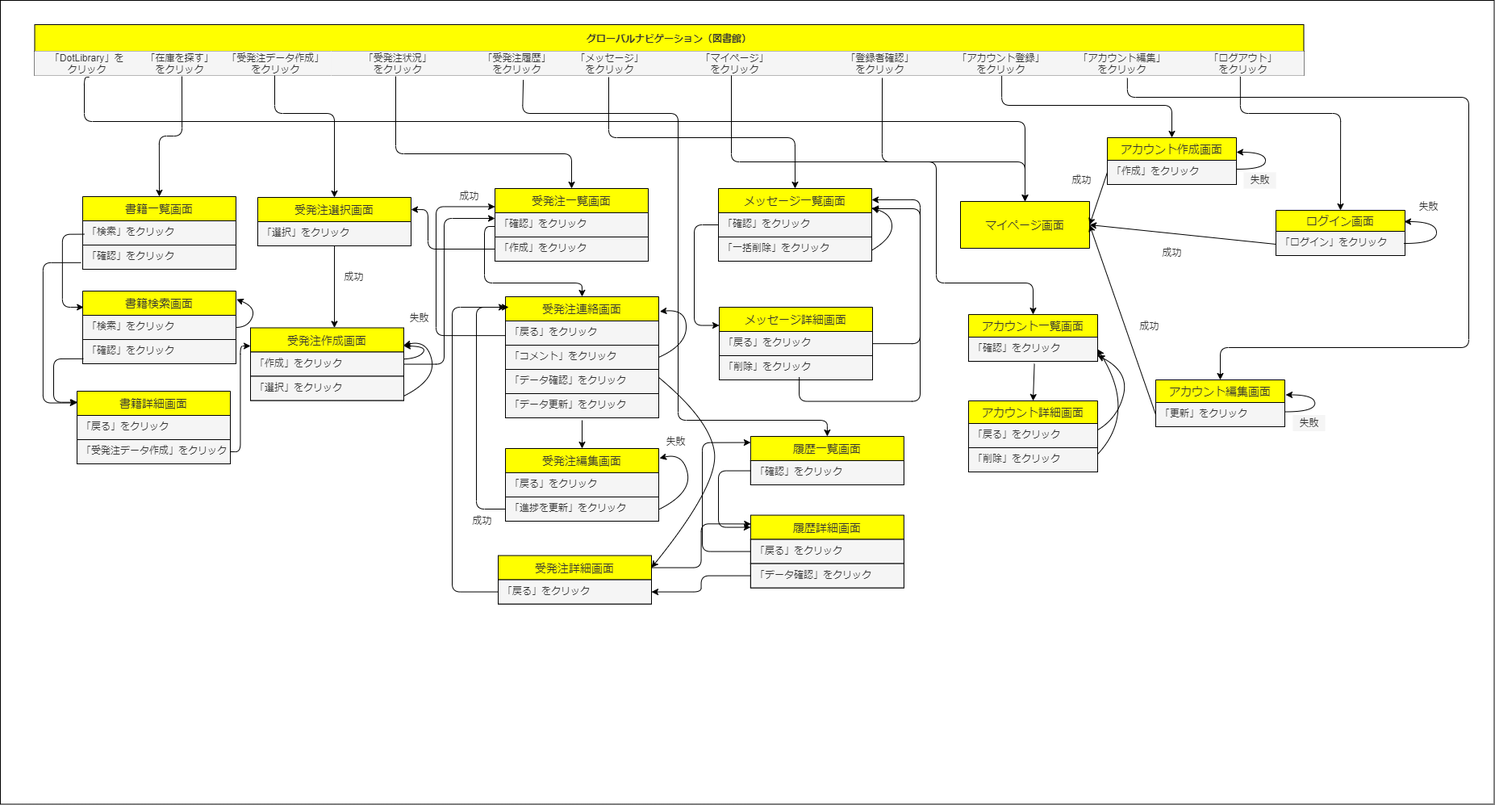
Before: DotLibrary_ScrTra_library.png, a diagram exported from draw.io (yoshihiro-kawabata/DotLibrary). Source tidied: cells renumbered, new cells last; positions are measured from the earlier drawing's top-left corner, leaving out a move shared by most shapes.
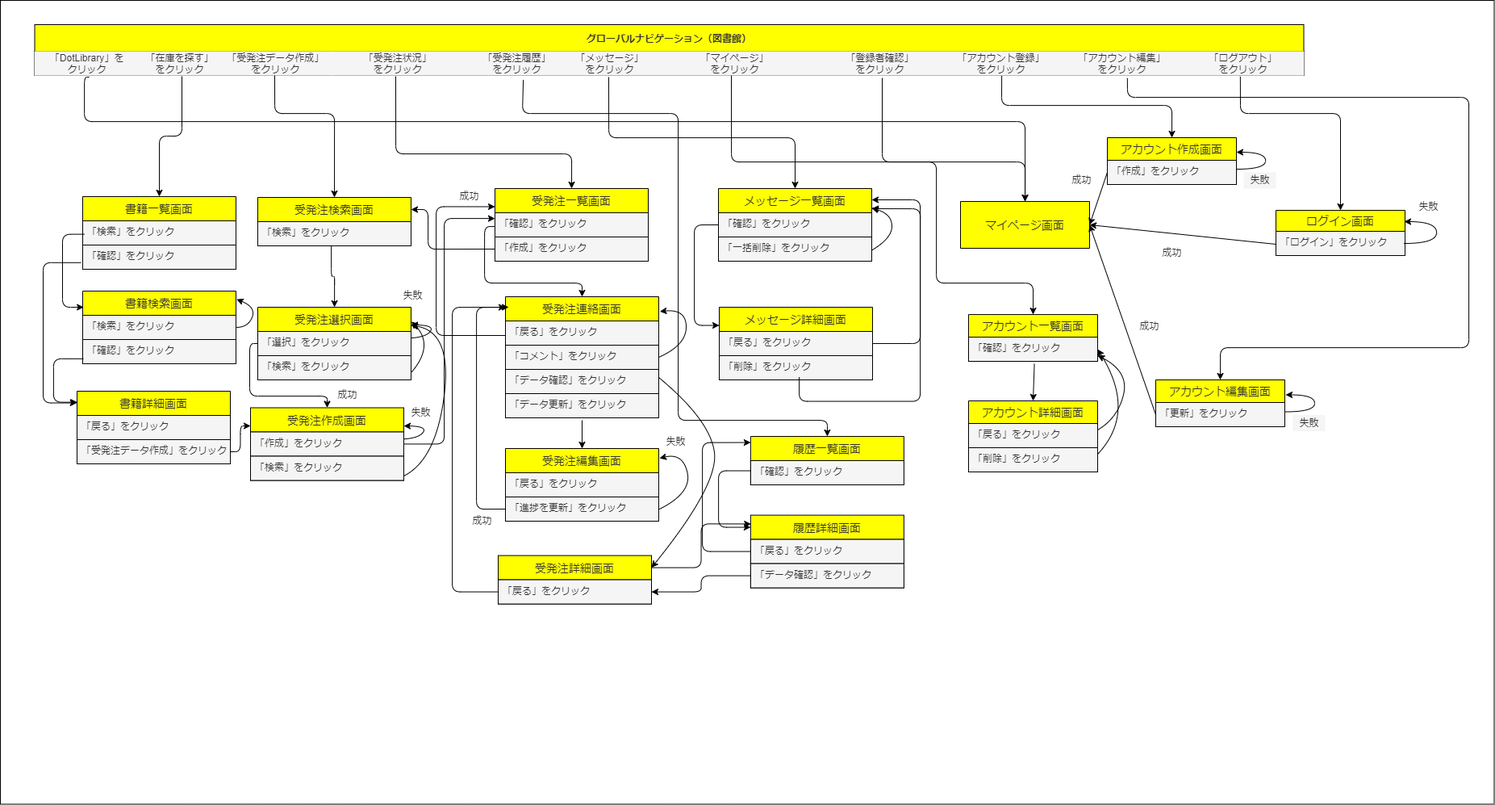
Later version of the same file.

The edit, as a diff of the source:
```diff
@@ -152,12 +152,12 @@
       </mxGeometry>
     </mxCell>
     <mxCell id="33" value="受発注作成画面" style="swimlane;fontStyle=0;horizontal=1;startSize=30;align=center;fontSize=14;fontColor=#333333;fillColor=#FFFF00;strokeColor=#000000;" parent="1" vertex="1">
-      <mxGeometry x="310" y="405.5" width="190" height="90" as="geometry" />
+      <mxGeometry x="310" y="504.5" width="190" height="90" as="geometry" />
     </mxCell>
     <mxCell id="34" value="「作成」をクリック" style="text;strokeColor=#000000;fillColor=#f5f5f5;spacingLeft=4;spacingRight=4;overflow=hidden;points=[[0,0.5],[1,0.5]];portConstraint=eastwest;fontSize=12;fontColor=#333333;" parent="33" vertex="1">
       <mxGeometry y="30" width="190" height="30" as="geometry" />
     </mxCell>
-    <mxCell id="35" value="「選択」をクリック" style="text;strokeColor=#000000;fillColor=#f5f5f5;spacingLeft=4;spacingRight=4;overflow=hidden;fontSize=12;fontColor=#333333;" parent="33" vertex="1">
+    <mxCell id="35" value="「検索」をクリック" style="text;strokeColor=#000000;fillColor=#f5f5f5;spacingLeft=4;spacingRight=4;overflow=hidden;fontSize=12;fontColor=#333333;" parent="33" vertex="1">
       <mxGeometry y="60" width="190" height="30" as="geometry" />
     </mxCell>
     <mxCell id="36" style="curved=1;endArrow=classic;html=1;strokeColor=#000000;entryX=1;entryY=0.25;entryDx=0;entryDy=0;" parent="33" edge="1" source="34" target="33">
@@ -179,13 +179,13 @@
     <mxCell id="38" style="endArrow=classic;html=1;strokeColor=#000000;edgeStyle=orthogonalEdgeStyle;" parent="1" edge="1" source="34" target="23">
       <mxGeometry relative="1" as="geometry">
         <Array as="points">
-          <mxPoint x="550" y="450" />
+          <mxPoint x="550" y="550" />
           <mxPoint x="550" y="270" />
         </Array>
       </mxGeometry>
     </mxCell>
     <mxCell id="39" value="失敗" style="text;html=1;align=center;verticalAlign=middle;fillColor=#FFFFFF;strokeColor=none;rounded=0;fontSize=12;fontColor=#333333;" parent="1" vertex="1">
-      <mxGeometry x="499" y="384.1" width="40" height="20" as="geometry" />
+      <mxGeometry x="501" y="501.1" width="40" height="20" as="geometry" />
     </mxCell>
     <mxCell id="40" value="履歴一覧画面" style="swimlane;fontStyle=0;horizontal=1;startSize=30;align=center;fontSize=14;fontColor=#333333;fillColor=#FFFF00;strokeColor=#000000;" parent="1" vertex="1">
       <mxGeometry x="929.9" y="540" width="190" height="60" as="geometry" />
@@ -467,22 +467,22 @@
         </Array>
       </mxGeometry>
     </mxCell>
-    <mxCell id="95" value="受発注選択画面" style="swimlane;fontStyle=0;horizontal=1;startSize=30;align=center;fontSize=14;fontColor=#333333;fillColor=#FFFF00;strokeColor=#000000;" parent="1" vertex="1">
+    <mxCell id="95" value="受発注検索画面" style="swimlane;fontStyle=0;horizontal=1;startSize=30;align=center;fontSize=14;fontColor=#333333;fillColor=#FFFF00;strokeColor=#000000;" parent="1" vertex="1">
       <mxGeometry x="319" y="244" width="190" height="60" as="geometry" />
     </mxCell>
-    <mxCell id="96" value="「選択」をクリック" style="text;strokeColor=#000000;fillColor=#f5f5f5;spacingLeft=4;spacingRight=4;overflow=hidden;points=[[0,0.5],[1,0.5]];portConstraint=eastwest;fontSize=12;fontColor=#333333;" parent="95" vertex="1">
+    <mxCell id="96" value="「検索」をクリック" style="text;strokeColor=#000000;fillColor=#f5f5f5;spacingLeft=4;spacingRight=4;overflow=hidden;points=[[0,0.5],[1,0.5]];portConstraint=eastwest;fontSize=12;fontColor=#333333;" parent="95" vertex="1">
       <mxGeometry y="30" width="190" height="30" as="geometry" />
     </mxCell>
-    <mxCell id="97" style="endArrow=classic;html=1;strokeColor=#000000;edgeStyle=orthogonalEdgeStyle;" parent="1" edge="1" source="96" target="33">
+    <mxCell id="97" style="endArrow=classic;html=1;strokeColor=#000000;edgeStyle=orthogonalEdgeStyle;" parent="1" edge="1" source="96" target="123">
       <mxGeometry relative="1" as="geometry">
         <Array as="points">
-          <mxPoint x="405" y="450" />
-          <mxPoint x="405" y="450" />
+          <mxPoint x="410" y="342" />
+          <mxPoint x="414" y="342" />
         </Array>
       </mxGeometry>
     </mxCell>
     <mxCell id="98" value="成功" style="text;html=1;align=center;verticalAlign=middle;fillColor=#FFFFFF;strokeColor=none;rounded=0;fontSize=12;fontColor=#333333;" parent="1" vertex="1">
-      <mxGeometry x="418" y="333" width="40" height="20" as="geometry" />
+      <mxGeometry x="410" y="479.1" width="40" height="20" as="geometry" />
     </mxCell>
     <mxCell id="99" value="受発注編集画面" style="swimlane;fontStyle=0;horizontal=1;startSize=30;align=center;fontSize=14;fontColor=#333333;fillColor=#FFFF00;strokeColor=#000000;" parent="1" vertex="1">
       <mxGeometry x="626" y="555" width="190" height="90" as="geometry" />
@@ -493,12 +493,12 @@
     <mxCell id="101" value="「進捗を更新」をクリック" style="text;strokeColor=#000000;fillColor=#f5f5f5;spacingLeft=4;spacingRight=4;overflow=hidden;points=[[0,0.5],[1,0.5]];portConstraint=eastwest;fontSize=12;fontColor=#333333;" parent="99" vertex="1">
       <mxGeometry y="60" width="190" height="30" as="geometry" />
     </mxCell>
-    <mxCell id="102" style="curved=1;endArrow=classic;html=1;strokeColor=#000000;" parent="1" edge="1" target="33">
+    <mxCell id="102" style="curved=1;endArrow=classic;html=1;strokeColor=#000000;entryX=1;entryY=0.25;entryDx=0;entryDy=0;" parent="1" edge="1" target="123">
       <mxGeometry relative="1" as="geometry">
-        <mxPoint x="500" y="490" as="sourcePoint" />
+        <mxPoint x="500" y="589" as="sourcePoint" />
         <Array as="points">
-          <mxPoint x="540" y="470" />
-          <mxPoint x="529" y="420" />
+          <mxPoint x="540" y="569" />
+          <mxPoint x="560" y="410" />
         </Array>
       </mxGeometry>
     </mxCell>
@@ -600,5 +600,44 @@
     <mxCell id="122" value="成功" style="text;html=1;align=center;verticalAlign=middle;fillColor=#FFFFFF;strokeColor=none;rounded=0;fontSize=12;fontColor=#333333;" parent="1" vertex="1">
       <mxGeometry x="1320" y="213" width="40" height="20" as="geometry" />
     </mxCell>
+    <mxCell id="123" value="受発注選択画面" style="swimlane;fontStyle=0;horizontal=1;startSize=30;align=center;fontSize=14;fontColor=#333333;fillColor=#FFFF00;strokeColor=#000000;" parent="1" vertex="1">
+      <mxGeometry x="319" y="380" width="190" height="90" as="geometry" />
+    </mxCell>
+    <mxCell id="124" value="「選択」をクリック" style="text;strokeColor=#000000;fillColor=#f5f5f5;spacingLeft=4;spacingRight=4;overflow=hidden;points=[[0,0.5],[1,0.5]];portConstraint=eastwest;fontSize=12;fontColor=#333333;" parent="123" vertex="1">
+      <mxGeometry y="30" width="190" height="30" as="geometry" />
+    </mxCell>
+    <mxCell id="125" value="「検索」をクリック" style="text;strokeColor=#000000;fillColor=#f5f5f5;spacingLeft=4;spacingRight=4;overflow=hidden;fontSize=12;fontColor=#333333;" parent="123" vertex="1">
+      <mxGeometry y="60" width="190" height="30" as="geometry" />
+    </mxCell>
+    <mxCell id="126" style="curved=1;endArrow=classic;html=1;strokeColor=#000000;entryX=1;entryY=0.25;entryDx=0;entryDy=0;" parent="1" edge="1">
+      <mxGeometry relative="1" as="geometry">
+        <mxPoint x="509" y="418.1" as="sourcePoint" />
+        <mxPoint x="509" y="401.9" as="targetPoint" />
+        <Array as="points">
+          <mxPoint x="528" y="416.9" />
+          <mxPoint x="538" y="402.4" />
+        </Array>
+      </mxGeometry>
+    </mxCell>
+    <mxCell id="127" value="失敗" style="text;html=1;align=center;verticalAlign=middle;fillColor=#FFFFFF;strokeColor=none;rounded=0;fontSize=12;fontColor=#333333;" parent="1" vertex="1">
+      <mxGeometry x="491" y="356" width="40" height="20" as="geometry" />
+    </mxCell>
+    <mxCell id="128" style="endArrow=classic;html=1;strokeColor=#000000;edgeStyle=orthogonalEdgeStyle;" parent="1" edge="1" source="124" target="33">
+      <mxGeometry relative="1" as="geometry">
+        <Array as="points">
+          <mxPoint x="309" y="425" />
+          <mxPoint x="309" y="490" />
+          <mxPoint x="405" y="490" />
+        </Array>
+      </mxGeometry>
+    </mxCell>
+    <mxCell id="129" style="curved=1;endArrow=classic;html=1;strokeColor=#000000;entryX=1.002;entryY=0.196;entryDx=0;entryDy=0;entryPerimeter=0;" parent="1" edge="1" target="123">
+      <mxGeometry relative="1" as="geometry">
+        <mxPoint x="510" y="460" as="sourcePoint" />
+        <Array as="points">
+          <mxPoint x="538" y="426.9" />
+        </Array>
+      </mxGeometry>
+    </mxCell>
   </root>
 </mxGraphModel>
```
